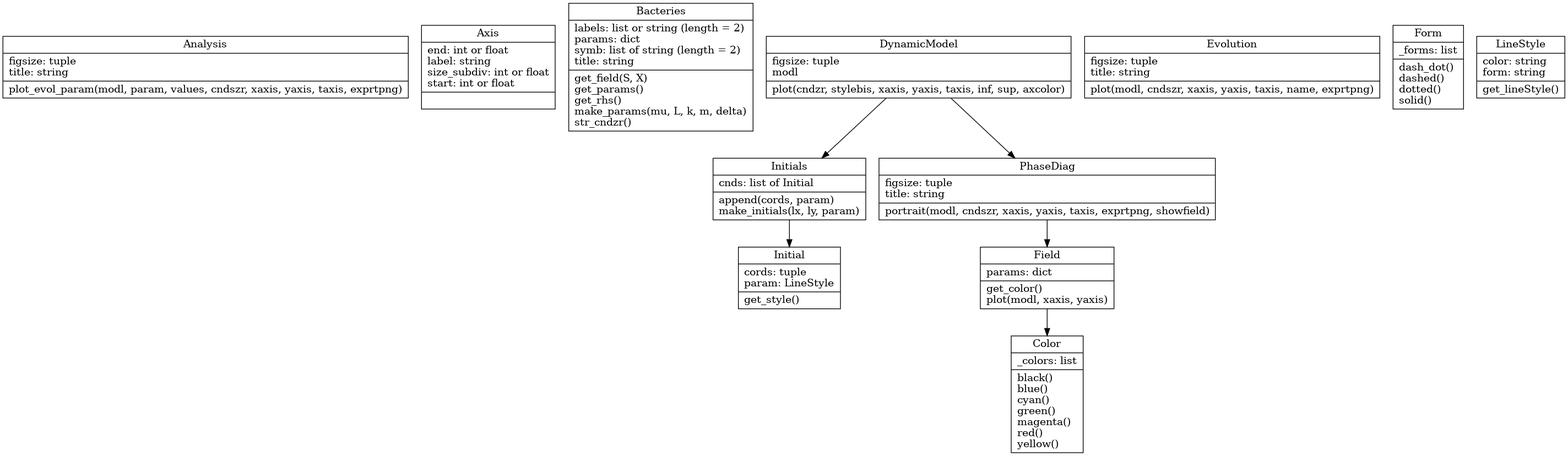
Before: pysrc/uml/uml_diagram.png, a diagram exported from Graphviz (Quentin18/Model-Developpement-Bacteries). Its source is kept beside it as pysrc/uml/uml_diagram.dot.
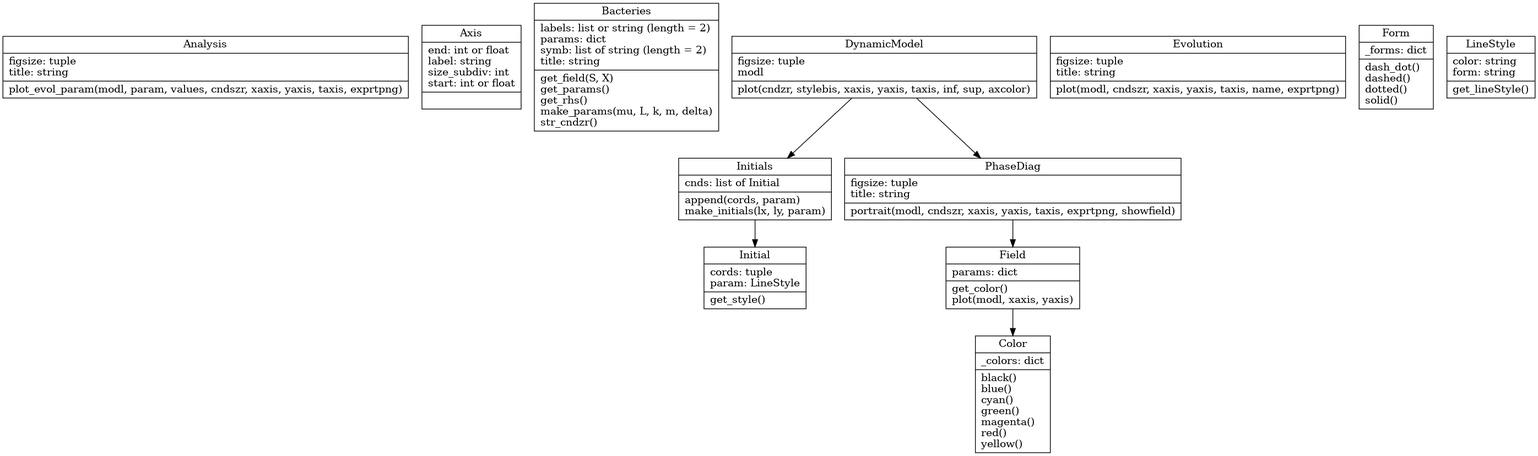
The same diagram one commit later.

What changed in the source:
```diff
@@ -3,13 +3,13 @@
 rankdir=TB
 "0" [label="{Analysis|figsize: tuple\ltitle: string\l|plot_evol_param(modl, param, values, cndszr, xaxis, yaxis,
                         taxis, exprtpng)\l}", shape="record"];
-"1" [label="{Axis|end: int or float\llabel: string\lsize_subdiv: int or float\lstart: int or float\l|}", shape="record"];
+"1" [label="{Axis|end: int or float\llabel: string\lsize_subdiv: int\lstart: int or float\l|}", shape="record"];
 "2" [label="{Bacteries|labels: list or string (length = 2)\lparams: dict\lsymb: list of string (length = 2)\ltitle: string\l|get_field(S, X)\lget_params()\lget_rhs()\lmake_params(mu, L, k, m, delta)\lstr_cndzr()\l}", shape="record"];
-"3" [label="{Color|_colors: list\l|black()\lblue()\lcyan()\lgreen()\lmagenta()\lred()\lyellow()\l}", shape="record"];
+"3" [label="{Color|_colors: dict\l|black()\lblue()\lcyan()\lgreen()\lmagenta()\lred()\lyellow()\l}", shape="record"];
 "4" [label="{DynamicModel|figsize: tuple\lmodl\l|plot(cndzr, stylebis, xaxis, yaxis, taxis, inf, sup, axcolor)\l}", shape="record"];
 "5" [label="{Evolution|figsize: tuple\ltitle: string\l|plot(modl, cndszr, xaxis, yaxis, taxis, name, exprtpng)\l}", shape="record"];
 "6" [label="{Field|params: dict\l|get_color()\lplot(modl, xaxis, yaxis)\l}", shape="record"];
-"7" [label="{Form|_forms: list\l|dash_dot()\ldashed()\ldotted()\lsolid()\l}", shape="record"];
+"7" [label="{Form|_forms: dict\l|dash_dot()\ldashed()\ldotted()\lsolid()\l}", shape="record"];
 "8" [label="{Initial|cords: tuple\lparam: LineStyle\l|get_style()\l}", shape="record"];
 "9" [label="{Initials|cnds: list of Initial\l|append(cords, param)\lmake_initials(lx, ly, param)\l}", shape="record"];
 "10" [label="{LineStyle|color: string\lform: string\l|get_lineStyle()\l}", shape="record"];
```
